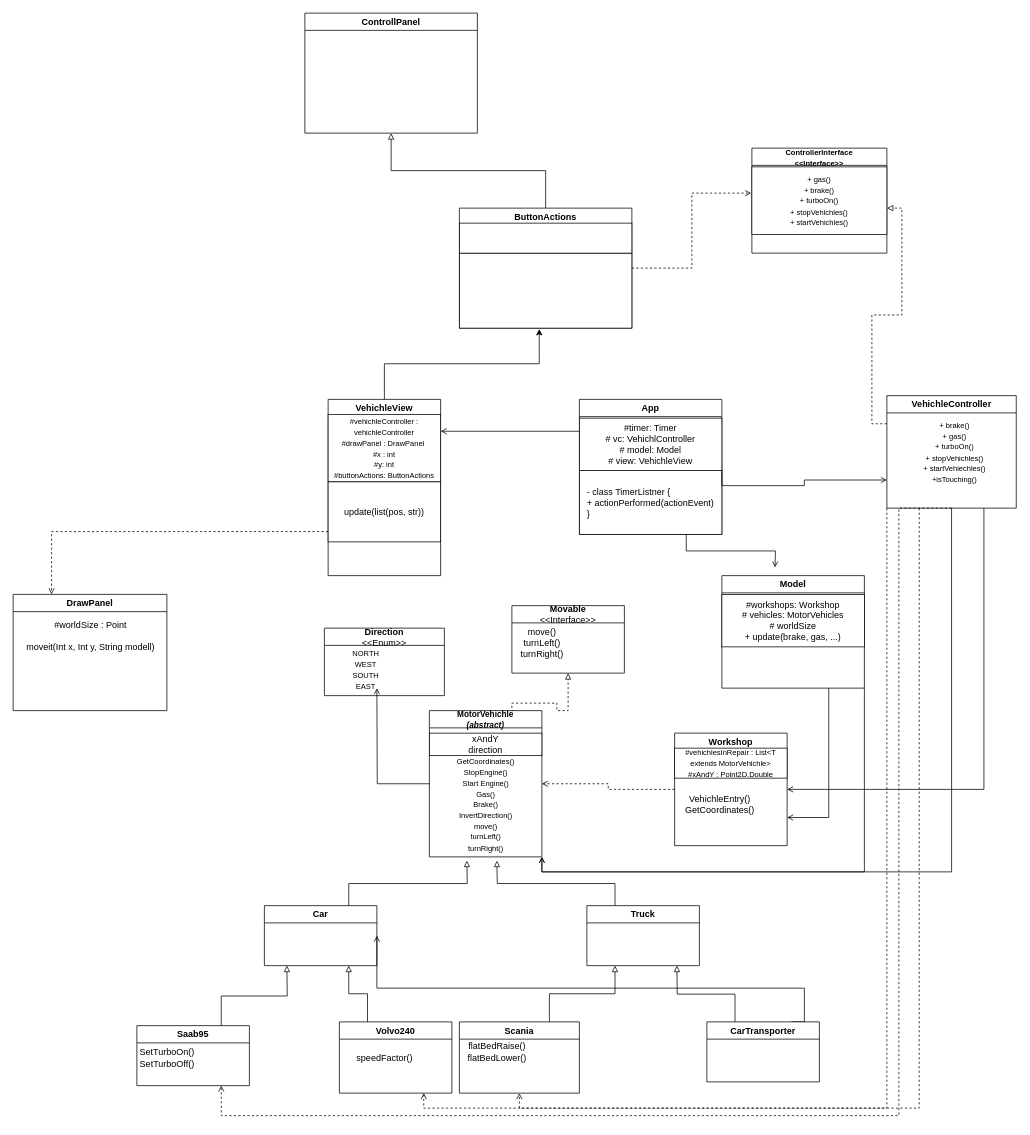
Earlier version of the draw.io diagram UMLFörbättringLaboration3.drawio (Abdulrauf-alhariri/Inhertince_lab1). Source tidied: cells renumbered, new cells numbered last; positions are measured from the earlier drawing's top-left corner, leaving out a move shared by most shapes. Both pictures are drawn from the tidied source at 75%, with x=0, y=0 at pixel (13, 13).
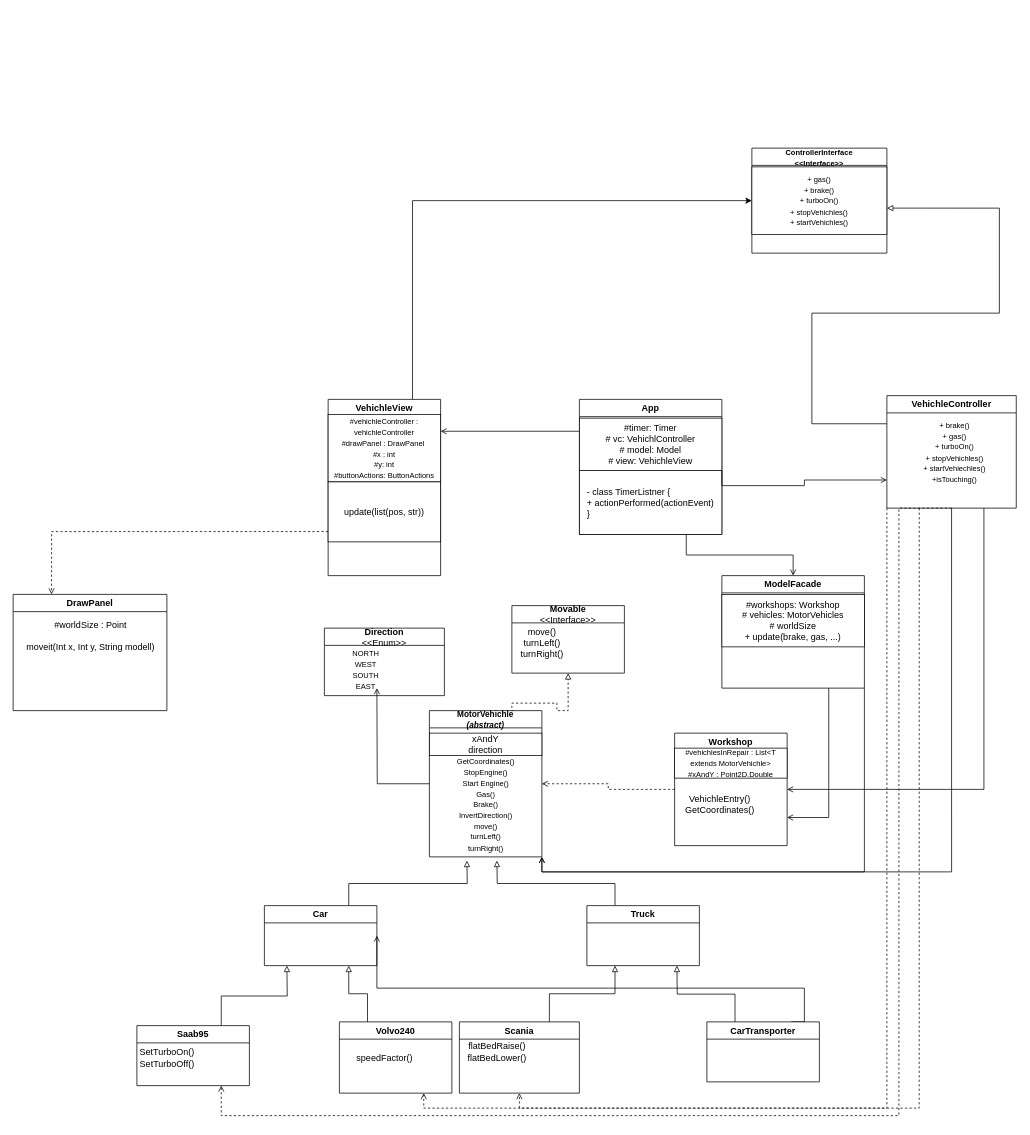
Above is the later version.

Commit message (it also covers changes not shown here):
Design diskussion

The change refers to these unchanged cells:
```xml
<mxCell id="7" value="VehichleController" style="swimlane;whiteSpace=wrap;html=1;startSize=23;" parent="1" vertex="1">
  <mxGeometry x="1165" y="510" width="172.5" height="150" as="geometry" />
</mxCell>
<mxCell id="31" value="VehichleView" style="swimlane;whiteSpace=wrap;html=1;" parent="1" vertex="1">
  <mxGeometry x="420" y="515" width="150" height="235" as="geometry" />
</mxCell>
<mxCell id="45" value="&lt;font style=&quot;font-size: 10px;&quot;&gt;+ gas()&lt;/font&gt;&lt;div&gt;&lt;font style=&quot;font-size: 10px;&quot;&gt;+ brake()&lt;/font&gt;&lt;/div&gt;&lt;div&gt;&lt;font style=&quot;font-size: 10px;&quot;&gt;+ turboOn()&lt;/font&gt;&lt;/div&gt;&lt;div&gt;&lt;font style=&quot;font-size: 10px;&quot;&gt;+ stopVehichles()&lt;/font&gt;&lt;/div&gt;&lt;div&gt;&lt;font style=&quot;font-size: 10px;&quot;&gt;+ startVehichles()&lt;/font&gt;&lt;/div&gt;" style="rounded=0;whiteSpace=wrap;html=1;" parent="44" vertex="1">
  <mxGeometry y="25" width="180" height="90" as="geometry" />
</mxCell>
<mxCell id="55" value="App" style="swimlane;whiteSpace=wrap;html=1;" parent="1" vertex="1">
  <mxGeometry x="755" y="515" width="190" height="180" as="geometry" />
</mxCell>
```

What changed in the source:
```diff
@@
+    <mxCell id="65" style="edgeStyle=orthogonalEdgeStyle;rounded=0;jettySize=auto;html=1;exitX=0.75;exitY=0;exitDx=0;exitDy=0;entryX=0;entryY=0.5;entryDx=0;entryDy=0;" parent="1" edge="1" source="31" target="45">
+      <mxGeometry relative="1" as="geometry" />
+    </mxCell>
@@
-    <mxCell id="46" style="edgeStyle=orthogonalEdgeStyle;rounded=0;jettySize=auto;html=1;exitX=0;exitY=0.25;exitDx=0;exitDy=0;entryX=1;entryY=0.611;entryDx=0;entryDy=0;entryPerimeter=0;dashed=1;endArrow=block;endFill=0;" parent="1" edge="1" source="7" target="45">
-      <mxGeometry relative="1" as="geometry" />
+    <mxCell id="46" style="edgeStyle=orthogonalEdgeStyle;rounded=0;jettySize=auto;html=1;exitX=0;exitY=0.25;exitDx=0;exitDy=0;entryX=1;entryY=0.611;entryDx=0;entryDy=0;entryPerimeter=0;endArrow=block;endFill=0;" parent="1" edge="1" source="7" target="45">
+      <mxGeometry relative="1" as="geometry">
+        <Array as="points">
+          <mxPoint x="1065" y="547" />
+          <mxPoint x="1065" y="400" />
+          <mxPoint x="1315" y="400" />
+          <mxPoint x="1315" y="260" />
+        </Array>
+      </mxGeometry>
     </mxCell>
-    <mxCell id="47" style="edgeStyle=orthogonalEdgeStyle;rounded=0;jettySize=auto;html=1;exitX=0.5;exitY=0;exitDx=0;exitDy=0;entryX=0.5;entryY=1;entryDx=0;entryDy=0;endArrow=block;endFill=0;" parent="1" edge="1" source="48" target="52">
-      <mxGeometry relative="1" as="geometry" />
-    </mxCell>
-    <mxCell id="48" value="ButtonActions" style="swimlane;whiteSpace=wrap;html=1;" parent="1" vertex="1">
-      <mxGeometry x="595" y="260" width="230" height="160" as="geometry" />
-    </mxCell>
-    <mxCell id="49" style="rounded=0;whiteSpace=wrap;html=1;" parent="48" vertex="1">
-      <mxGeometry y="60" width="230" height="100" as="geometry" />
-    </mxCell>
-    <mxCell id="50" style="rounded=0;whiteSpace=wrap;html=1;" parent="48" vertex="1">
-      <mxGeometry y="20" width="230" height="40" as="geometry" />
-    </mxCell>
-    <mxCell id="51" style="edgeStyle=orthogonalEdgeStyle;rounded=0;jettySize=auto;html=1;exitX=1;exitY=0.5;exitDx=0;exitDy=0;entryX=1;entryY=0.25;entryDx=0;entryDy=0;" parent="48" edge="1" source="50" target="48">
-      <mxGeometry relative="1" as="geometry" />
-    </mxCell>
-    <mxCell id="52" value="ControllPanel" style="swimlane;whiteSpace=wrap;html=1;" parent="1" vertex="1">
-      <mxGeometry x="389" width="230" height="160" as="geometry" />
-    </mxCell>
-    <mxCell id="53" style="edgeStyle=orthogonalEdgeStyle;rounded=0;jettySize=auto;html=1;exitX=1;exitY=0.5;exitDx=0;exitDy=0;entryX=-0.005;entryY=0.389;entryDx=0;entryDy=0;entryPerimeter=0;dashed=1;endArrow=open;endFill=0;" parent="1" edge="1" source="48" target="45">
-      <mxGeometry relative="1" as="geometry" />
-    </mxCell>
-    <mxCell id="54" style="edgeStyle=orthogonalEdgeStyle;rounded=0;jettySize=auto;html=1;exitX=0.5;exitY=0;exitDx=0;exitDy=0;entryX=0.463;entryY=1.012;entryDx=0;entryDy=0;entryPerimeter=0;" parent="1" edge="1" source="31" target="49">
-      <mxGeometry relative="1" as="geometry" />
-    </mxCell>
@@
-    <mxCell id="60" style="edgeStyle=orthogonalEdgeStyle;rounded=0;jettySize=auto;html=1;exitX=0.75;exitY=1;exitDx=0;exitDy=0;entryX=0.417;entryY=-0.009;entryDx=0;entryDy=0;entryPerimeter=0;endArrow=open;endFill=0;" parent="1" edge="1" source="55">
-      <mxGeometry relative="1" as="geometry">
-        <mxPoint x="1015.9" y="739.1" as="targetPoint" />
-      </mxGeometry>
+    <mxCell id="60" style="edgeStyle=orthogonalEdgeStyle;rounded=0;jettySize=auto;html=1;exitX=0.75;exitY=1;exitDx=0;exitDy=0;endArrow=open;endFill=0;" parent="1" edge="1" source="55" target="63">
+      <mxGeometry relative="1" as="geometry" />
     </mxCell>
@@
-    <mxCell id="63" value="Model" style="swimlane;whiteSpace=wrap;html=1;" parent="1" vertex="1">
+    <mxCell id="63" value="ModelFacade" style="swimlane;whiteSpace=wrap;html=1;" parent="1" vertex="1">
       <mxGeometry x="945" y="750" width="190" height="150" as="geometry" />
     </mxCell>
```
